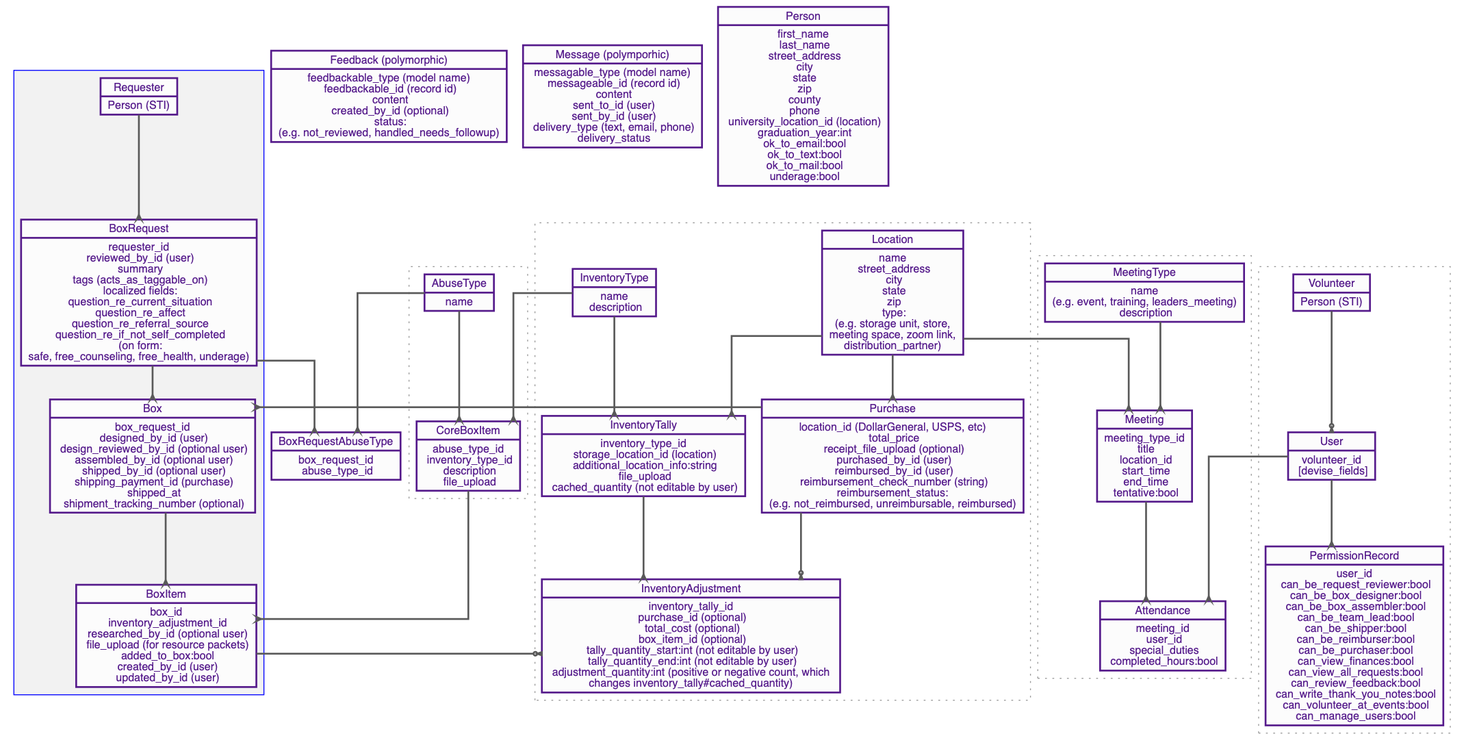
Earlier version of the Graphviz export notes/database-diagram.png (rubyforgood/voices-of-consent). Its source is kept beside it as notes/database-diagram.dot. Source of this version:
```dot
digraph G {

        graph [fontname="helvetica",fontsize=14,splines=ortho,pad=0.1,compound=true,color="grey60",fontcolor="grey10",fillcolor=grey95,style="filled"];
        node [fontname="helvetica",fontsize=12,color=purple4,shape=box,style="filled",fontcolor=purple4,fillcolor=grey99,penwidth=2];
        edge [fontname="helvetica",color=grey35,fontcolor=black,arrowhead="normal",penwidth=2,arrowsize=0.5];




    subgraph cluster_c3 {
        color="blue";
        Requester -> BoxRequest [arrowhead=crow];
        BoxRequest -> Box [arrowhead=crow];
        Box -> BoxItem [arrowhead=crow];

    }

    subgraph cluster_c2 {
        InventoryType -> InventoryTally [arrowhead=crow];
        InventoryTally -> InventoryAdjustment [arrowhead=crow];
        Purchase;
        Location;
        style="dotted"
        node [color=blue, style=filled, fontcolor=black]
    }

    subgraph cluster_c4 {
        MeetingType -> Meeting [arrowhead=crow];
        Meeting -> Attendance  [arrowhead=crow];
        style="dotted"
    }

    subgraph cluster_c0 {
        AbuseType -> CoreBoxItem [arrowhead=crow];
        style="dotted"
    }


    subgraph cluster_c5 {
        Volunteer -> User [arrowhead=invodot];
        User -> PermissionRecord [arrowhead=crow];
        style="dotted"
    }




    InventoryType -> CoreBoxItem [arrowhead=crow];
    BoxItem -> InventoryAdjustment [arrowhead=invodot];
    CoreBoxItem -> BoxItem [arrowhead=crow];
    Purchase -> InventoryAdjustment [arrowhead=invodot];
    Purchase -> Box [arrowhead=crow];
    Location -> InventoryTally [arrowhead=crow];
    Location -> Meeting [arrowhead=crow];
    Location -> Purchase [arrowhead=crow];
    AbuseType -> BoxRequestAbuseType [arrowhead=crow];
    BoxRequest -> BoxRequestAbuseType [arrowhead=crow];


    User -> Attendance [arrowhead=crow];


    Feedback [
                shape=record;
                label="{Feedback (polymorphic)|
                    feedbackable_type (model name)\n
                    feedbackable_id (record id)\n
                    content\n
                    created_by_id (optional)\n
                    status:\n(e.g. not_reviewed, handled_needs_followup)\n
                    }"]
    Message [
                shape=record;
                label="{Message (polymporhic)|
                    messagable_type (model name)\n
                    messageable_id (record id)\n
                    content\n
                    sent_to_id (user)\n
                    sent_by_id (user)\n
                    delivery_type (text, email, phone)\n
                    delivery_status\n
                    }"]

    Location [
                shape=record;
                label="{Location|
                    name\n
                    street_address\n
                    city\n
                    state\n
                    zip\n
                    type:\n(e.g. storage unit, store,\nmeeting space, zoom link,\ndistribution_partner)\n
                    }"]
    Requester [
                shape=record;
                label="{Requester|
                    Person (STI)\n
                    }"]
    Volunteer [
                shape=record;
                label="{Volunteer|
                    Person (STI)\n
                    }"]
    Person [
                shape=record;
                label="{
                    Person|
                    first_name\n
                    last_name\n
                    street_address\n
                    city\n
                    state\n
                    zip\n
                    county\n
                    phone\n
                    university_location_id (location)\n
                    graduation_year:int\n
                    ok_to_email:bool\n
                    ok_to_text:bool\n
                    ok_to_mail:bool\n
                    underage:bool\n
                    }"]
    AbuseType [
                shape=record;
                label="{
                    AbuseType|
                    name\n
                    }"]
    BoxRequestAbuseType [
                shape=record;
                label="{
                    BoxRequestAbuseType|
                    box_request_id\n
                    abuse_type_id\n
                    }"]
    CoreBoxItem [
                shape=record;
                label="{
                    CoreBoxItem|
                    abuse_type_id\n
                    inventory_type_id\n
                    description\n
                    file_upload\n
                    }"]
    BoxRequest [
                shape=record;
                label="{BoxRequest|
                    requester_id\n
                    reviewed_by_id (user)\n
                    summary\n
                    tags (acts_as_taggable_on)\n
                    localized fields:\n
                    question_re_current_situation\n
                    question_re_affect\n
                    question_re_referral_source\n
                    question_re_if_not_self_completed\n
                    (on form:\nsafe, free_counseling, free_health, underage)
                    }"]
    Purchase [
                shape=record;
                label="{Purchase|
                    location_id (DollarGeneral, USPS, etc)\n
                    total_price\n
                    receipt_file_upload (optional)\n
                    purchased_by_id (user)\n
                    reimbursed_by_id (user)\n
                    reimbursement_check_number (string)\n
                    reimbursement_status: \n(e.g. not_reimbursed, unreimbursable, reimbursed)\n
                    }"]
    InventoryType [
                shape=record;
                label="{InventoryType|
                    name\n
                    description\n
                    }"]
    InventoryTally [
                shape=record;
                label="{InventoryTally|
                    inventory_type_id\n
                    storage_location_id (location)\n
                    additional_location_info:string\n
                    file_upload\n
                    cached_quantity (not editable by user)\n
                    }"]
    InventoryAdjustment [
                shape=record;
                label="{InventoryAdjustment|
                    inventory_tally_id\n
                    purchase_id (optional)\n
                    total_cost (optional)\n
                    box_item_id (optional)\n
                    tally_quantity_start:int (not editable by user)\n
                    tally_quantity_end:int (not editable by user)\n
                    adjustment_quantity:int (positive or negative count, which \nchanges inventory_tally#cached_quantity)\n

                    }"]
    User [
                shape=record;
                label="{User|
                    volunteer_id\n
                    [devise_fields]
                    }"]
    Box [
                shape=record;
                label="{Box|
                    box_request_id\n
                    designed_by_id (user)\n
                    design_reviewed_by_id (optional user)\n
                    assembled_by_id (optional user)\n
                    shipped_by_id (optional user)\n
                    shipping_payment_id (purchase)\n
                    shipped_at\n
                    shipment_tracking_number (optional)\n
                    }"]
    BoxItem [
                shape=record;
                label="{BoxItem|
                    box_id\n
                    inventory_adjustment_id\n
                    researched_by_id (optional user)\n
                    file_upload (for resource packets)\n
                    added_to_box:bool\n
                    created_by_id (user)\n
                    updated_by_id (user)\n
                    }"]
    MeetingType [
                shape=record;
                label="{MeetingType|
                    name\n(e.g. event, training, leaders_meeting)\n
                    description\n
                    }"]
    Meeting [
                shape=record;
                label="{Meeting|
                    meeting_type_id\n
                    title\n
                    location_id\n
                    start_time\n
                    end_time\n
                    tentative:bool\n
                    }"]
    Attendance [
                shape=record;
                label="{Attendance|
                    meeting_id\n
                    user_id\n
                    special_duties\n
                    completed_hours:bool\n
                    }"]

    PermissionRecord [
                shape=record;
                label="{PermissionRecord|
                    user_id\n
                    can_be_request_reviewer:bool\n
                    can_be_box_designer:bool\n
                    can_be_box_assembler:bool\n
                    can_be_team_lead:bool\n
                    can_be_shipper:bool\n
                    can_be_reimburser:bool\n
                    can_be_purchaser:bool\n
                    can_view_finances:bool\n
                    can_view_all_requests:bool\n
                    can_review_feedback:bool\n
                    can_write_thank_you_notes:bool\n
                    can_volunteer_at_events:bool\n
                    can_manage_users:bool\n
                    }"]

}
```
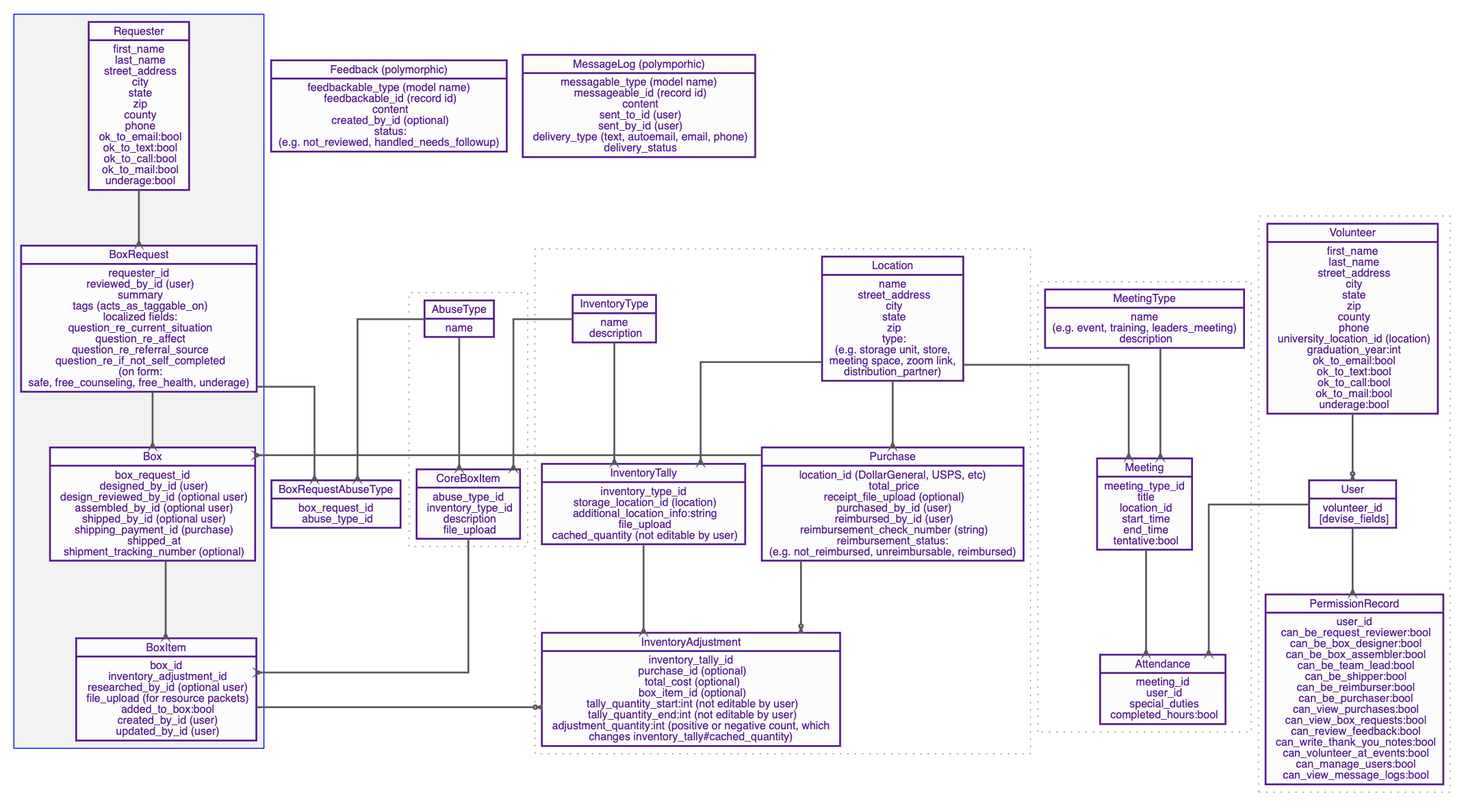
Above is the later version.

Commit message:
update database design

Diff of the diagram source:
```diff
@@ -69,15 +69,15 @@
                     created_by_id (optional)\n
                     status:\n(e.g. not_reviewed, handled_needs_followup)\n
                     }"]
-    Message [
+    MessageLog [
                 shape=record;
-                label="{Message (polymporhic)|
+                label="{MessageLog (polymporhic)|
                     messagable_type (model name)\n
                     messageable_id (record id)\n
                     content\n
                     sent_to_id (user)\n
                     sent_by_id (user)\n
-                    delivery_type (text, email, phone)\n
+                    delivery_type (text, autoemail, email, phone)\n
                     delivery_status\n
                     }"]
 
@@ -93,18 +93,26 @@
                     }"]
     Requester [
                 shape=record;
-                label="{Requester|
-                    Person (STI)\n
+                label="{
+                    Requester|
+                    first_name\n
+                    last_name\n
+                    street_address\n
+                    city\n
+                    state\n
+                    zip\n
+                    county\n
+                    phone\n
+                    ok_to_email:bool\n
+                    ok_to_text:bool\n
+                    ok_to_call:bool\n
+                    ok_to_mail:bool\n
+                    underage:bool\n
                     }"]
     Volunteer [
                 shape=record;
-                label="{Volunteer|
-                    Person (STI)\n
-                    }"]
-    Person [
-                shape=record;
                 label="{
-                    Person|
+                    Volunteer|
                     first_name\n
                     last_name\n
                     street_address\n
@@ -117,6 +125,7 @@
                     graduation_year:int\n
                     ok_to_email:bool\n
                     ok_to_text:bool\n
+                    ok_to_call:bool\n
                     ok_to_mail:bool\n
                     underage:bool\n
                     }"]
@@ -259,12 +268,13 @@
                     can_be_shipper:bool\n
                     can_be_reimburser:bool\n
                     can_be_purchaser:bool\n
-                    can_view_finances:bool\n
-                    can_view_all_requests:bool\n
+                    can_view_purchases:bool\n
+                    can_view_box_requests:bool\n
                     can_review_feedback:bool\n
                     can_write_thank_you_notes:bool\n
                     can_volunteer_at_events:bool\n
                     can_manage_users:bool\n
+                    can_view_message_logs:bool\n
                     }"]
 
 }
```
